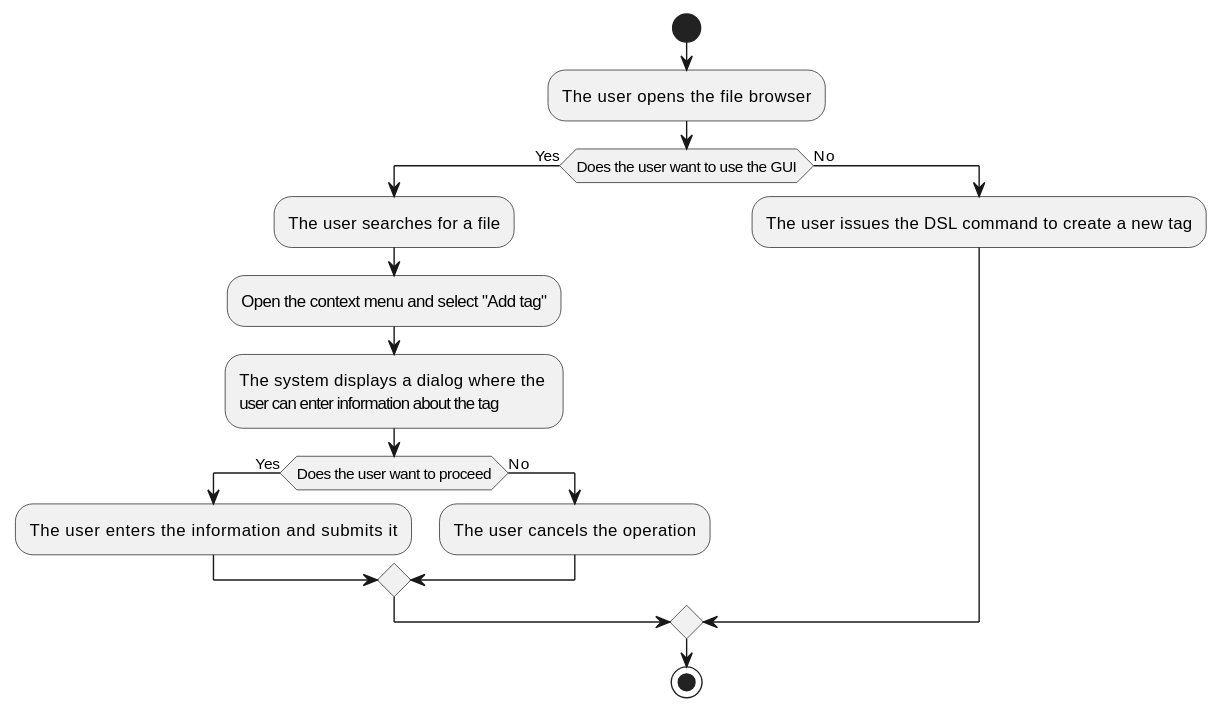
The PlantUML diagram thesis/chapters/analysis/use-cases/add-a-tag/add-a-tag-activity-diagram.svg in TrueBubo/Graphle, before a commit. Source of this version:
```plantuml
@startuml
start
:The user opens the file browser;
if (Does the user want to use GUI) then (Yes)
:The user searches for a file;
:The user selects "Add tag" in the menu;
:The system displays a menu where the \nuser can enter info about the tag;
if (Does user want to proceed) then (Yes)
:The user enters the information and submits it;
else (No)
:The user cancels the operation;
endif
else (No)
:The user issues the DSL command to create a new tag;
endif
stop
@enduml
```
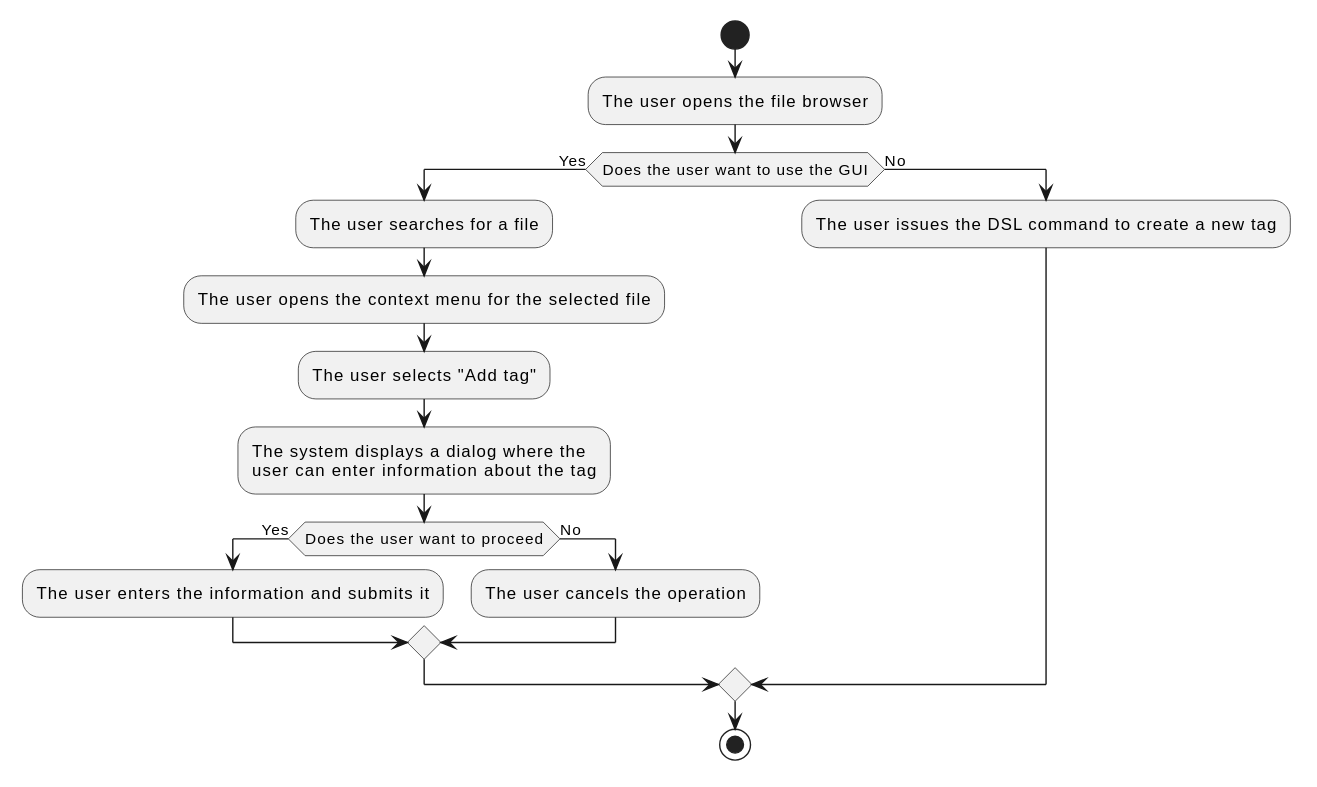
After the change.

Change to the diagram source:
```diff
@@ -1,11 +1,12 @@
 @startuml
 start
 :The user opens the file browser;
-if (Does the user want to use GUI) then (Yes)
+if (Does the user want to use the GUI) then (Yes)
 :The user searches for a file;
-:The user selects "Add tag" in the menu;
-:The system displays a menu where the \nuser can enter info about the tag;
-if (Does user want to proceed) then (Yes)
+:The user opens the context menu for the selected file;
+:The user selects "Add tag";
+:The system displays a dialog where the \nuser can enter information about the tag;
+if (Does the user want to proceed) then (Yes)
 :The user enters the information and submits it;
 else (No)
 :The user cancels the operation;
```
